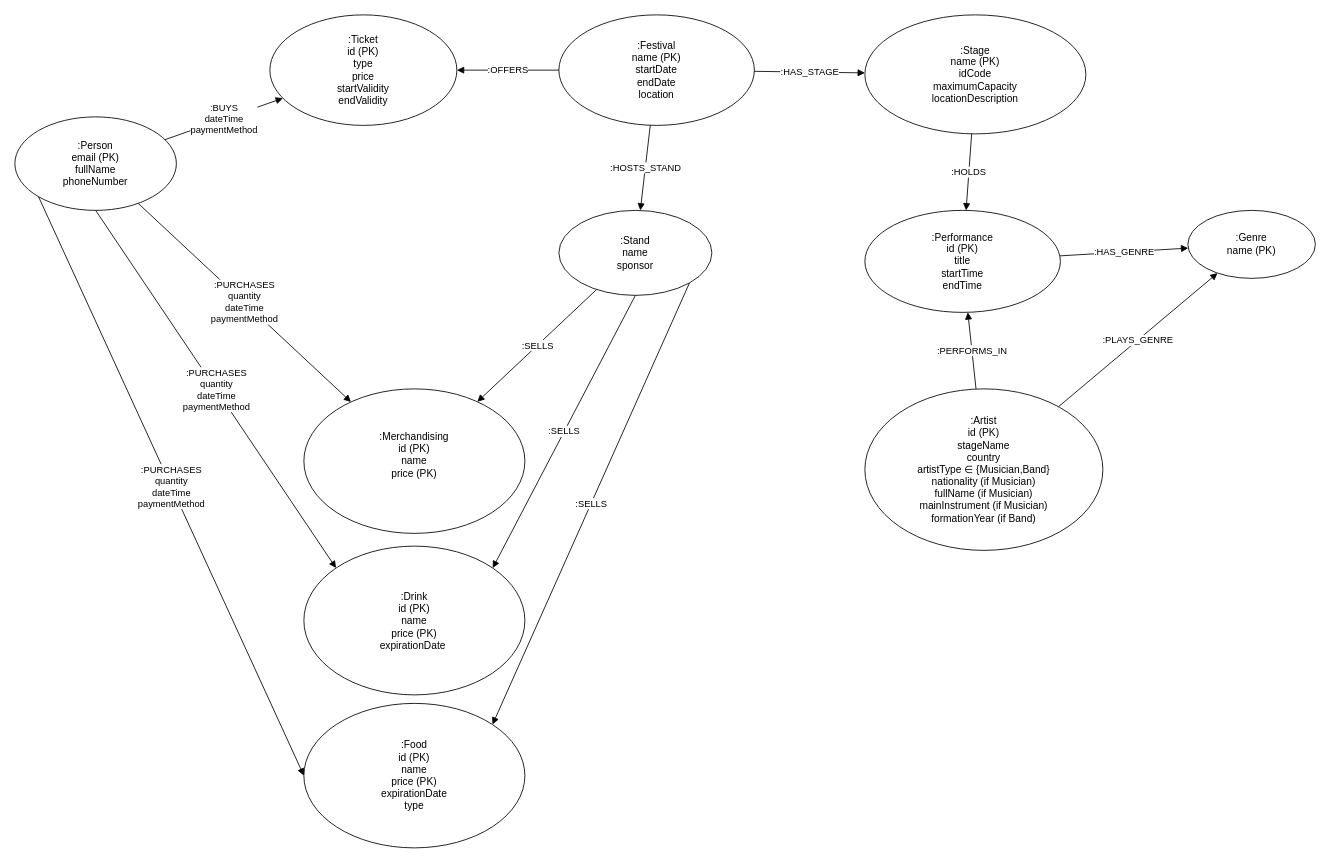
Earlier version of the draw.io diagram festival_neo4j_ISA_fixed.drawio (francescoaurora/EICTA). Source tidied: cells renumbered, new cells numbered last; positions are measured from the earlier drawing's top-left corner, leaving out a move shared by most shapes. Both pictures are drawn from the tidied source at 85%, with x=0, y=0 at pixel (14, 14).
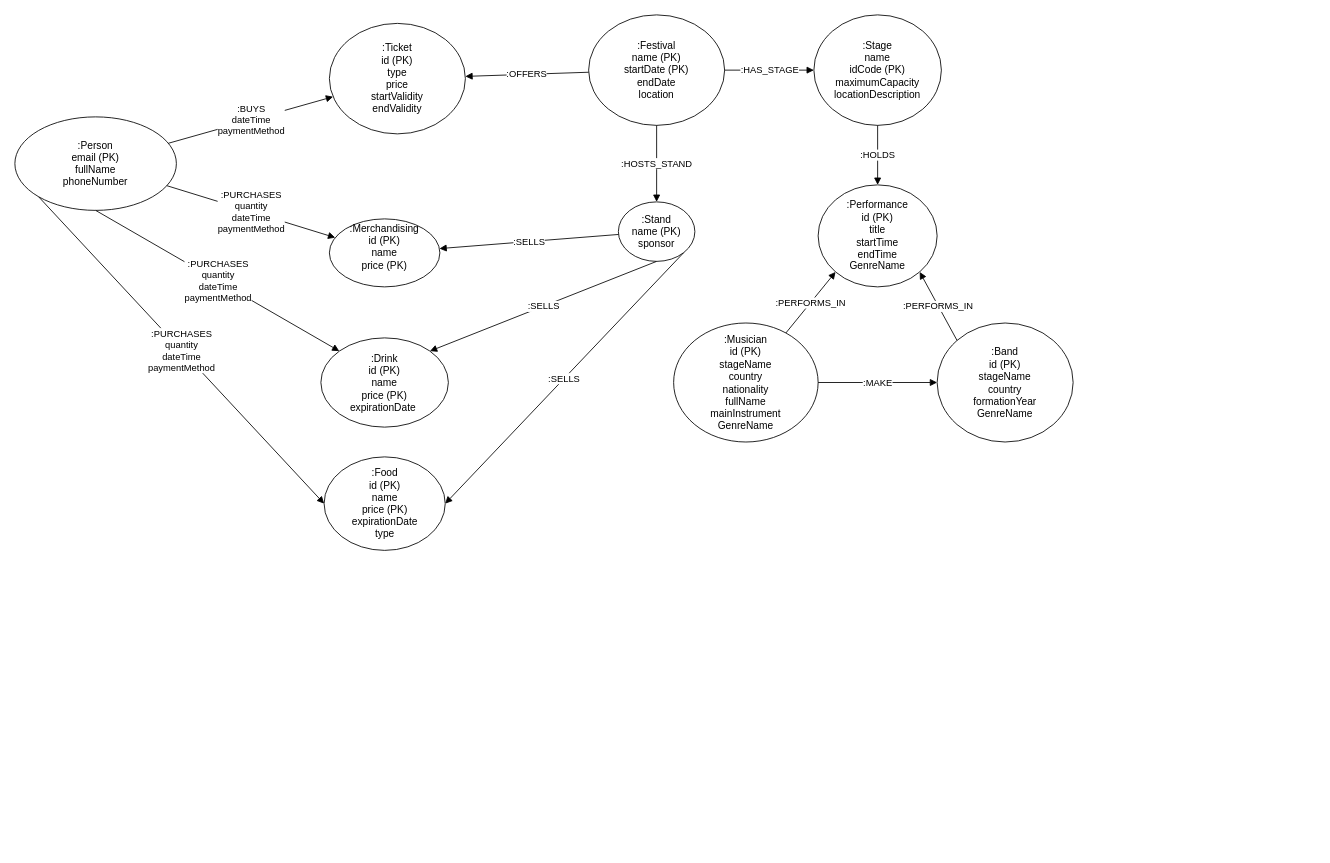
Above is the later version.

Change to the diagram source:
```diff
@@
     <mxCell id="3" value=":Ticket&#10;id (PK)&#10;type&#10;price&#10;startValidity&#10;endValidity" style="ellipse;whiteSpace=wrap;html=1;" parent="1" vertex="1">
-      <mxGeometry x="300" width="220" height="130" as="geometry" />
+      <mxGeometry x="370" y="10" width="160" height="130" as="geometry" />
     </mxCell>
-    <mxCell id="4" value=":Festival&#10;name (PK)&#10;startDate&#10;endDate&#10;location" style="ellipse;whiteSpace=wrap;html=1;" parent="1" vertex="1">
-      <mxGeometry x="640" width="230" height="130" as="geometry" />
+    <mxCell id="4" value=":Festival&lt;br&gt;name (PK)&lt;br&gt;startDate (PK)&lt;br&gt;endDate&lt;br&gt;location" style="ellipse;whiteSpace=wrap;html=1;" parent="1" vertex="1">
+      <mxGeometry x="675" width="160" height="130" as="geometry" />
     </mxCell>
-    <mxCell id="5" value=":Stage&#10;name (PK)&#10;idCode&#10;maximumCapacity&#10;locationDescription" style="ellipse;whiteSpace=wrap;html=1;" parent="1" vertex="1">
-      <mxGeometry x="1000" width="260" height="140" as="geometry" />
+    <mxCell id="5" value=":Stage&lt;br&gt;name&lt;br&gt;idCode (PK)&lt;br&gt;maximumCapacity&lt;br&gt;locationDescription" style="ellipse;whiteSpace=wrap;html=1;" parent="1" vertex="1">
+      <mxGeometry x="940" width="150" height="130" as="geometry" />
     </mxCell>
-    <mxCell id="6" value=":Performance&#10;id (PK)&#10;title&#10;startTime&#10;endTime" style="ellipse;whiteSpace=wrap;html=1;" parent="1" vertex="1">
-      <mxGeometry x="1000" y="230" width="230" height="120" as="geometry" />
+    <mxCell id="6" value=":Performance&lt;br&gt;id (PK)&lt;br&gt;title&lt;br&gt;startTime&lt;br&gt;endTime&lt;br&gt;GenreName" style="ellipse;whiteSpace=wrap;html=1;" parent="1" vertex="1">
+      <mxGeometry x="945" y="200" width="140" height="120" as="geometry" />
     </mxCell>
-    <mxCell id="7" value=":Genre&#10;name (PK)" style="ellipse;whiteSpace=wrap;html=1;" parent="1" vertex="1">
-      <mxGeometry x="1380" y="230" width="150" height="80" as="geometry" />
-    </mxCell>
-    <mxCell id="8" value=":Artist&#10;id (PK)&#10;stageName&#10;country&#10;artistType ∈ {Musician,Band}&#10;nationality (if Musician)&#10;fullName (if Musician)&#10;mainInstrument (if Musician)&#10;formationYear (if Band)" style="ellipse;whiteSpace=wrap;html=1;" parent="1" vertex="1">
-      <mxGeometry x="1000" y="440" width="280" height="190" as="geometry" />
+    <mxCell id="8" value=":Musician&lt;br&gt;id (PK)&lt;br&gt;stageName&lt;br&gt;country&lt;br&gt;nationality&lt;br&gt;fullName&lt;br&gt;mainInstrument&lt;br&gt;GenreName" style="ellipse;whiteSpace=wrap;html=1;" parent="1" vertex="1">
+      <mxGeometry x="775" y="362.5" width="170" height="140" as="geometry" />
     </mxCell>
-    <mxCell id="9" value=":Stand&#10;name&#10;sponsor" style="ellipse;whiteSpace=wrap;html=1;" parent="1" vertex="1">
-      <mxGeometry x="640" y="230" width="180" height="100" as="geometry" />
+    <mxCell id="9" value=":Stand&lt;br&gt;name (&lt;span style=&quot;background-color: transparent; color: light-dark(rgb(0, 0, 0), rgb(255, 255, 255));&quot;&gt;PK)&lt;/span&gt;&lt;div&gt;sponsor&lt;/div&gt;" style="ellipse;whiteSpace=wrap;html=1;" parent="1" vertex="1">
+      <mxGeometry x="710" y="220" width="90" height="70" as="geometry" />
     </mxCell>
     <mxCell id="10" value=":Merchandising&lt;br&gt;id (PK)&lt;br&gt;name&lt;br&gt;price (PK)&lt;div&gt;&lt;br/&gt;&lt;/div&gt;" style="ellipse;whiteSpace=wrap;html=1;" parent="1" vertex="1">
-      <mxGeometry x="340" y="440" width="260" height="170" as="geometry" />
+      <mxGeometry x="370" y="240" width="130" height="80" as="geometry" />
     </mxCell>
@@
-    <mxCell id="16" value=":HAS_GENRE" style="endArrow=block;html=1;labelBackgroundColor=#FFFFFF;" parent="1" edge="1" source="6" target="7">
-      <mxGeometry relative="1" as="geometry" />
-    </mxCell>
-    <mxCell id="17" value=":PLAYS_GENRE" style="endArrow=block;html=1;labelBackgroundColor=#FFFFFF;" parent="1" edge="1" source="8" target="7">
-      <mxGeometry relative="1" as="geometry" />
-    </mxCell>
-    <mxCell id="18" value=":PERFORMS_IN" style="endArrow=block;html=1;labelBackgroundColor=#FFFFFF;" parent="1" edge="1" source="8" target="6">
+    <mxCell id="18" value=":PERFORMS_IN" style="endArrow=block;html=1;labelBackgroundColor=#FFFFFF;entryX=0;entryY=1;entryDx=0;entryDy=0;" parent="1" edge="1" source="8" target="6">
       <mxGeometry relative="1" as="geometry" />
     </mxCell>
@@
     <mxCell id="21" value=":Drink&lt;br&gt;id (PK)&lt;br&gt;name&lt;br&gt;price (PK)&lt;br&gt;expirationDate&amp;nbsp;" style="ellipse;whiteSpace=wrap;html=1;" parent="1" vertex="1">
-      <mxGeometry x="340" y="625" width="260" height="175" as="geometry" />
+      <mxGeometry x="360" y="380" width="150" height="105" as="geometry" />
     </mxCell>
     <mxCell id="22" value=":Food&lt;br&gt;id (PK)&lt;br&gt;name&lt;br&gt;price (PK)&lt;br&gt;expirationDate&lt;br&gt;type" style="ellipse;whiteSpace=wrap;html=1;" parent="1" vertex="1">
-      <mxGeometry x="340" y="810" width="260" height="170" as="geometry" />
+      <mxGeometry x="363.8" y="520" width="142.5" height="110" as="geometry" />
     </mxCell>
@@
-    <mxCell id="26" value=":SELLS" style="endArrow=block;html=1;labelBackgroundColor=#FFFFFF;exitX=1;exitY=1;exitDx=0;exitDy=0;entryX=1;entryY=0;entryDx=0;entryDy=0;" parent="1" edge="1" source="9" target="22">
+    <mxCell id="26" value=":SELLS" style="endArrow=block;html=1;labelBackgroundColor=#FFFFFF;exitX=1;exitY=1;exitDx=0;exitDy=0;entryX=1;entryY=0.5;entryDx=0;entryDy=0;" parent="1" edge="1" source="9" target="22">
       <mxGeometry relative="1" as="geometry" />
     </mxCell>
+    <mxCell id="27" value=":Band&lt;br&gt;id (PK)&lt;br&gt;stageName&lt;br&gt;country&lt;br&gt;formationYear&lt;br&gt;GenreName" style="ellipse;whiteSpace=wrap;html=1;" parent="1" vertex="1">
+      <mxGeometry x="1085" y="362.5" width="160" height="140" as="geometry" />
+    </mxCell>
+    <mxCell id="28" value=":PERFORMS_IN" style="endArrow=block;html=1;labelBackgroundColor=#FFFFFF;entryX=1;entryY=1;entryDx=0;entryDy=0;exitX=0;exitY=0;exitDx=0;exitDy=0;" parent="1" edge="1" source="27" target="6">
+      <mxGeometry relative="1" as="geometry" />
+    </mxCell>
+    <mxCell id="29" value=":MAKE" style="endArrow=block;html=1;labelBackgroundColor=#FFFFFF;entryX=0;entryY=0.5;entryDx=0;entryDy=0;exitX=1;exitY=0.5;exitDx=0;exitDy=0;" parent="1" edge="1" source="8" target="27">
+      <mxGeometry relative="1" as="geometry" />
+    </mxCell>
```
